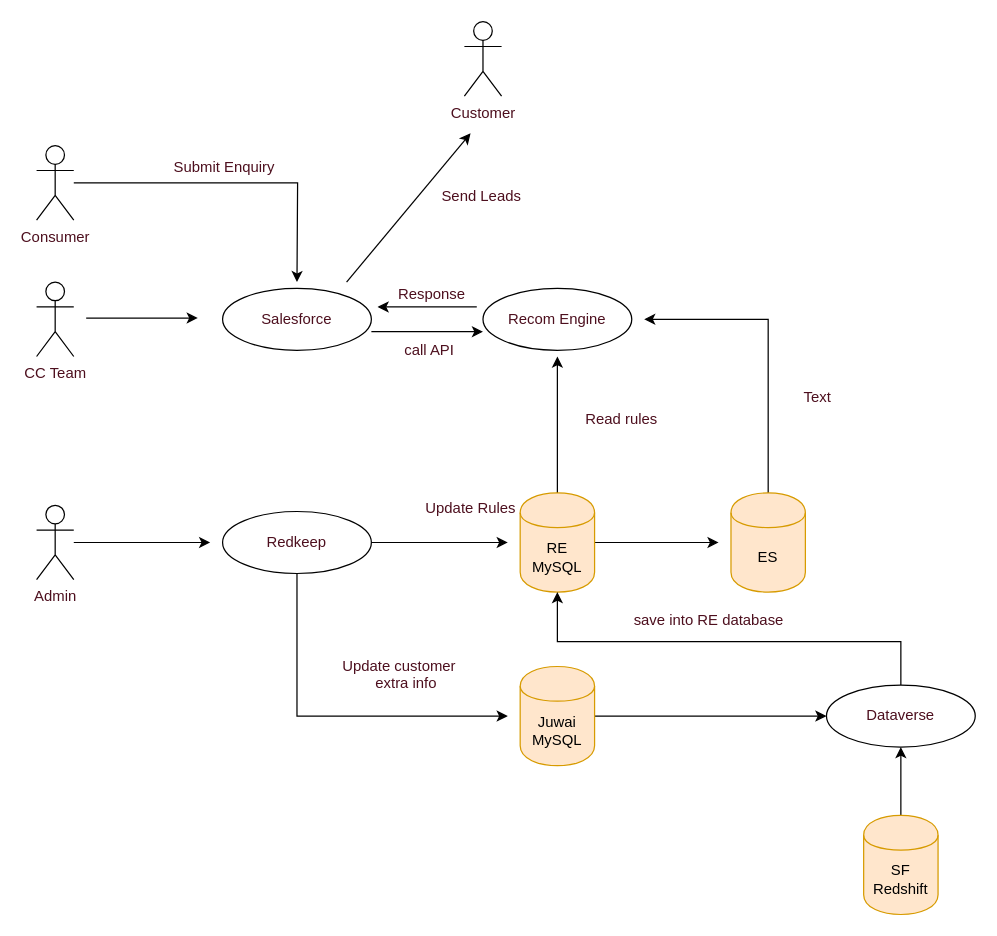
mark-juwai/asdf keeps this draw.io diagram as Untitled Diagram.drawio. Above is the earlier version. Source tidied: cells renumbered, new cells numbered last; positions are measured from the earlier drawing's top-left corner, leaving out a move shared by most shapes. Both pictures are drawn from the tidied source at 124%, with x=0, y=0 at pixel (36, 21).
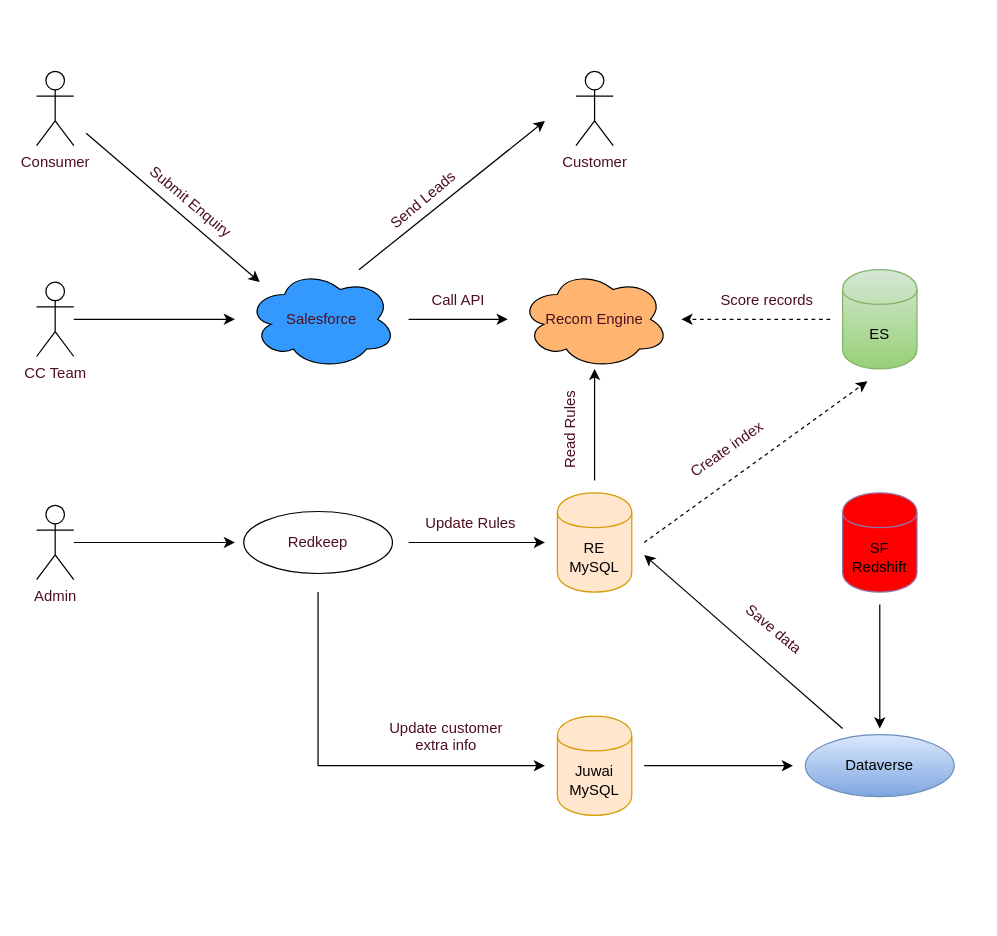
The same diagram, later.

The change refers to these unchanged cells:
```xml
<mxCell id="6" value="Admin&lt;br&gt;" style="shape=umlActor;verticalLabelPosition=bottom;labelBackgroundColor=#ffffff;verticalAlign=top;html=1;outlineConnect=0;fontColor=#4D0F1E;" parent="1" vertex="1">
  <mxGeometry y="390" width="30" height="60" as="geometry" />
</mxCell>
<mxCell id="11" value="CC Team&lt;br&gt;" style="shape=umlActor;verticalLabelPosition=bottom;labelBackgroundColor=#ffffff;verticalAlign=top;html=1;outlineConnect=0;fontColor=#4D0F1E;" parent="1" vertex="1">
  <mxGeometry y="210" width="30" height="60" as="geometry" />
</mxCell>
```

Diff of the diagram source:
```diff
@@
-    <mxCell id="2" style="edgeStyle=orthogonalEdgeStyle;rounded=0;jettySize=auto;html=1;fontColor=#4D0F1E;" parent="1" edge="1" source="4">
-      <mxGeometry relative="1" as="geometry">
-        <mxPoint x="550" y="420" as="targetPoint" />
-      </mxGeometry>
-    </mxCell>
-    <mxCell id="3" style="edgeStyle=orthogonalEdgeStyle;rounded=0;jettySize=auto;html=1;fontColor=#4D0F1E;" parent="1" edge="1" source="4">
-      <mxGeometry relative="1" as="geometry">
-        <mxPoint x="420" y="270" as="targetPoint" />
-      </mxGeometry>
-    </mxCell>
+    <mxCell id="37" style="edgeStyle=orthogonalEdgeStyle;rounded=0;orthogonalLoop=1;jettySize=auto;html=1;fontColor=#4D0F1E;" parent="1" edge="1">
+      <mxGeometry relative="1" as="geometry">
+        <mxPoint x="450" y="370" as="sourcePoint" />
+        <mxPoint x="450" y="280" as="targetPoint" />
+      </mxGeometry>
+    </mxCell>
     <mxCell id="4" value="RE&lt;br&gt;MySQL&lt;br&gt;" style="shape=cylinder;whiteSpace=wrap;html=1;boundedLbl=1;backgroundOutline=1;fillColor=#ffe6cc;strokeColor=#d79b00;" parent="1" vertex="1">
-      <mxGeometry x="390" y="380" width="60" height="80" as="geometry" />
+      <mxGeometry x="420" y="380" width="60" height="80" as="geometry" />
     </mxCell>
-    <mxCell id="5" style="edgeStyle=orthogonalEdgeStyle;rounded=0;jettySize=auto;html=1;fontColor=#4D0F1E;" parent="1" edge="1" source="6">
-      <mxGeometry relative="1" as="geometry">
-        <mxPoint x="140" y="420" as="targetPoint" />
-      </mxGeometry>
-    </mxCell>
+    <mxCell id="38" style="edgeStyle=orthogonalEdgeStyle;rounded=0;jettySize=auto;html=1;fontColor=#4D0F1E;" parent="1" edge="1" source="6">
+      <mxGeometry relative="1" as="geometry">
+        <mxPoint x="160" y="420" as="targetPoint" />
+      </mxGeometry>
+    </mxCell>
@@
-    <mxCell id="7" style="edgeStyle=orthogonalEdgeStyle;rounded=0;jettySize=auto;html=1;fontColor=#4D0F1E;" parent="1" edge="1" source="9">
+    <mxCell id="7" style="edgeStyle=orthogonalEdgeStyle;rounded=0;orthogonalLoop=1;jettySize=auto;html=1;fontColor=#4D0F1E;" parent="1" edge="1">
       <mxGeometry relative="1" as="geometry">
-        <mxPoint x="380" y="420" as="targetPoint" />
+        <mxPoint x="300" y="420" as="sourcePoint" />
+        <mxPoint x="410" y="420" as="targetPoint" />
+        <Array as="points">
+          <mxPoint x="350" y="420" />
+          <mxPoint x="350" y="420" />
+        </Array>
       </mxGeometry>
     </mxCell>
-    <mxCell id="8" style="edgeStyle=orthogonalEdgeStyle;rounded=0;jettySize=auto;html=1;exitX=0.5;exitY=1;exitDx=0;exitDy=0;fontColor=#4D0F1E;" parent="1" edge="1" source="9">
+    <mxCell id="8" style="edgeStyle=orthogonalEdgeStyle;rounded=0;orthogonalLoop=1;jettySize=auto;html=1;fontColor=#4D0F1E;" parent="1" edge="1">
       <mxGeometry relative="1" as="geometry">
-        <mxPoint x="380" y="560" as="targetPoint" />
+        <mxPoint x="227" y="460" as="sourcePoint" />
+        <mxPoint x="410" y="600" as="targetPoint" />
         <Array as="points">
-          <mxPoint x="210" y="560" />
+          <mxPoint x="227" y="600" />
         </Array>
       </mxGeometry>
     </mxCell>
     <mxCell id="9" value="Redkeep" style="ellipse;whiteSpace=wrap;html=1;fontColor=#4D0F1E;" parent="1" vertex="1">
-      <mxGeometry x="150" y="395" width="120" height="50" as="geometry" />
+      <mxGeometry x="167" y="395" width="120" height="50" as="geometry" />
     </mxCell>
-    <mxCell id="10" value="Salesforce" style="ellipse;whiteSpace=wrap;html=1;fontColor=#4D0F1E;" parent="1" vertex="1">
-      <mxGeometry x="150" y="215" width="120" height="50" as="geometry" />
-    </mxCell>
+    <mxCell id="39" style="edgeStyle=orthogonalEdgeStyle;rounded=0;orthogonalLoop=1;jettySize=auto;html=1;fontColor=#4D0F1E;" parent="1" edge="1">
+      <mxGeometry relative="1" as="geometry">
+        <mxPoint x="300" y="240" as="sourcePoint" />
+        <mxPoint x="380" y="240" as="targetPoint" />
+      </mxGeometry>
+    </mxCell>
+    <mxCell id="40" style="edgeStyle=orthogonalEdgeStyle;rounded=0;jettySize=auto;html=1;fontColor=#4D0F1E;" parent="1" edge="1" source="11">
+      <mxGeometry relative="1" as="geometry">
+        <mxPoint x="160" y="240" as="targetPoint" />
+      </mxGeometry>
+    </mxCell>
@@
-    <mxCell id="12" style="endArrow=classic;html=1;fontColor=#4D0F1E;" parent="1" edge="1">
-      <mxGeometry relative="1" as="geometry">
-        <mxPoint x="40" y="239" as="sourcePoint" />
-        <mxPoint x="130" y="239" as="targetPoint" />
-      </mxGeometry>
-    </mxCell>
-    <mxCell id="13" value="Recom Engine" style="ellipse;whiteSpace=wrap;html=1;fontColor=#4D0F1E;" parent="1" vertex="1">
-      <mxGeometry x="360" y="215" width="120" height="50" as="geometry" />
-    </mxCell>
-    <mxCell id="14" style="endArrow=classic;html=1;fontColor=#4D0F1E;" parent="1" edge="1">
-      <mxGeometry relative="1" as="geometry">
-        <mxPoint x="270" y="250" as="sourcePoint" />
-        <mxPoint x="360" y="250" as="targetPoint" />
-      </mxGeometry>
-    </mxCell>
-    <mxCell id="15" style="edgeStyle=orthogonalEdgeStyle;rounded=0;jettySize=auto;html=1;fontColor=#4D0F1E;" parent="1" edge="1" source="16">
-      <mxGeometry relative="1" as="geometry">
-        <mxPoint x="490" y="240" as="targetPoint" />
-        <Array as="points">
-          <mxPoint x="590" y="240" />
-        </Array>
-      </mxGeometry>
-    </mxCell>
+    <mxCell id="41" style="edgeStyle=orthogonalEdgeStyle;rounded=0;orthogonalLoop=1;jettySize=auto;html=1;fontColor=#4D0F1E;dashed=1;" parent="1" edge="1">
+      <mxGeometry relative="1" as="geometry">
+        <mxPoint x="640" y="240" as="sourcePoint" />
+        <mxPoint x="520" y="240" as="targetPoint" />
+      </mxGeometry>
+    </mxCell>
-    <mxCell id="16" value="ES" style="shape=cylinder;whiteSpace=wrap;html=1;boundedLbl=1;backgroundOutline=1;fillColor=#ffe6cc;strokeColor=#d79b00;" parent="1" vertex="1">
-      <mxGeometry x="560" y="380" width="60" height="80" as="geometry" />
+    <mxCell id="16" value="ES" style="shape=cylinder;whiteSpace=wrap;html=1;boundedLbl=1;backgroundOutline=1;fillColor=#d5e8d4;strokeColor=#82b366;gradientColor=#97d077;" parent="1" vertex="1">
+      <mxGeometry x="650" y="200" width="60" height="80" as="geometry" />
     </mxCell>
-    <mxCell id="17" value="call API" style="text;html=1;align=left;verticalAlign=top;spacingTop=-4;fontColor=#4D0F1E;" parent="1" vertex="1">
-      <mxGeometry x="295" y="255" width="60" height="20" as="geometry" />
+    <mxCell id="17" value="Call API" style="text;html=1;align=left;verticalAlign=top;spacingTop=-4;fontColor=#4D0F1E;" parent="1" vertex="1">
+      <mxGeometry x="317" y="215" width="60" height="20" as="geometry" />
     </mxCell>
-    <mxCell id="18" style="edgeStyle=orthogonalEdgeStyle;rounded=0;jettySize=auto;html=1;fontColor=#4D0F1E;" parent="1" edge="1" source="19" target="25">
-      <mxGeometry relative="1" as="geometry" />
+    <mxCell id="18" style="edgeStyle=orthogonalEdgeStyle;rounded=0;orthogonalLoop=1;jettySize=auto;html=1;fontColor=#4D0F1E;" parent="1" edge="1">
+      <mxGeometry relative="1" as="geometry">
+        <mxPoint x="490" y="600" as="sourcePoint" />
+        <mxPoint x="610" y="600" as="targetPoint" />
+      </mxGeometry>
     </mxCell>
     <mxCell id="19" value="Juwai&lt;br&gt;MySQL&lt;br&gt;" style="shape=cylinder;whiteSpace=wrap;html=1;boundedLbl=1;backgroundOutline=1;fillColor=#ffe6cc;strokeColor=#d79b00;" parent="1" vertex="1">
-      <mxGeometry x="390" y="520" width="60" height="80" as="geometry" />
+      <mxGeometry x="420" y="560" width="60" height="80" as="geometry" />
     </mxCell>
     <mxCell id="20" value="Update Rules" style="text;html=1;align=left;verticalAlign=top;spacingTop=-4;fontColor=#4D0F1E;" parent="1" vertex="1">
-      <mxGeometry x="312" y="383" width="90" height="20" as="geometry" />
+      <mxGeometry x="312" y="395" width="90" height="20" as="geometry" />
     </mxCell>
-    <mxCell id="21" value="Update customer&lt;br&gt;&amp;nbsp; &amp;nbsp; &amp;nbsp; &amp;nbsp; extra info" style="text;html=1;align=left;verticalAlign=top;spacingTop=-4;fontColor=#4D0F1E;rotation=0;" parent="1" vertex="1">
-      <mxGeometry x="245" y="510" width="110" height="30" as="geometry" />
+    <mxCell id="21" value="Update customer&lt;br&gt;extra info" style="text;html=1;align=center;verticalAlign=top;spacingTop=-4;fontColor=#4D0F1E;rotation=0;" parent="1" vertex="1">
+      <mxGeometry x="275" y="560" width="110" height="30" as="geometry" />
     </mxCell>
-    <mxCell id="22" style="edgeStyle=orthogonalEdgeStyle;rounded=0;jettySize=auto;html=1;fontColor=#4D0F1E;" parent="1" edge="1" source="23" target="25">
-      <mxGeometry relative="1" as="geometry" />
+    <mxCell id="22" style="edgeStyle=orthogonalEdgeStyle;rounded=0;orthogonalLoop=1;jettySize=auto;html=1;fontColor=#4D0F1E;" parent="1" edge="1">
+      <mxGeometry relative="1" as="geometry">
+        <mxPoint x="680" y="470" as="sourcePoint" />
+        <mxPoint x="680" y="570" as="targetPoint" />
+      </mxGeometry>
     </mxCell>
-    <mxCell id="23" value="SF&lt;br&gt;Redshift&lt;br&gt;" style="shape=cylinder;whiteSpace=wrap;html=1;boundedLbl=1;backgroundOutline=1;fillColor=#ffe6cc;strokeColor=#d79b00;" parent="1" vertex="1">
-      <mxGeometry x="667" y="640" width="60" height="80" as="geometry" />
+    <mxCell id="23" value="SF&lt;br&gt;Redshift&lt;br&gt;" style="shape=cylinder;whiteSpace=wrap;html=1;boundedLbl=1;backgroundOutline=1;fillColor=#FF0000;strokeColor=#9673a6;" parent="1" vertex="1">
+      <mxGeometry x="650" y="380" width="60" height="80" as="geometry" />
     </mxCell>
-    <mxCell id="24" style="edgeStyle=orthogonalEdgeStyle;rounded=0;jettySize=auto;html=1;fontColor=#4D0F1E;entryX=0.5;entryY=1;entryDx=0;entryDy=0;" parent="1" edge="1" source="25" target="4">
-      <mxGeometry relative="1" as="geometry">
-        <Array as="points">
-          <mxPoint x="697" y="500" />
-          <mxPoint x="420" y="500" />
-        </Array>
-      </mxGeometry>
-    </mxCell>
-    <mxCell id="25" value="Dataverse" style="ellipse;whiteSpace=wrap;html=1;fontColor=#4D0F1E;" parent="1" vertex="1">
-      <mxGeometry x="637" y="535" width="120" height="50" as="geometry" />
+    <mxCell id="25" value="Dataverse" style="ellipse;whiteSpace=wrap;html=1;gradientColor=#7ea6e0;fillColor=#dae8fc;strokeColor=#6c8ebf;" parent="1" vertex="1">
+      <mxGeometry x="620" y="575" width="120" height="50" as="geometry" />
     </mxCell>
-    <mxCell id="26" value="save into RE database" style="text;html=1;align=left;verticalAlign=top;spacingTop=-4;fontColor=#4D0F1E;" parent="1" vertex="1">
-      <mxGeometry x="480" y="473" width="140" height="20" as="geometry" />
+    <mxCell id="26" value="Save data&lt;br&gt;" style="text;html=1;align=center;verticalAlign=top;spacingTop=-4;fontColor=#4D0F1E;rotation=40;" parent="1" vertex="1">
+      <mxGeometry x="560" y="480" width="70" height="20" as="geometry" />
     </mxCell>
-    <mxCell id="27" style="endArrow=classic;html=1;fontColor=#4D0F1E;" parent="1" edge="1">
-      <mxGeometry relative="1" as="geometry">
-        <mxPoint x="355" y="230" as="sourcePoint" />
-        <mxPoint x="275" y="230" as="targetPoint" />
-      </mxGeometry>
-    </mxCell>
-    <mxCell id="28" value="Response" style="text;html=1;align=left;verticalAlign=top;spacingTop=-4;fontColor=#4D0F1E;" parent="1" vertex="1">
-      <mxGeometry x="290" y="210" width="70" height="20" as="geometry" />
-    </mxCell>
-    <mxCell id="29" style="edgeStyle=orthogonalEdgeStyle;rounded=0;jettySize=auto;html=1;fontColor=#4D0F1E;" parent="1" edge="1" source="30">
-      <mxGeometry relative="1" as="geometry">
-        <mxPoint x="210" y="210" as="targetPoint" />
-      </mxGeometry>
-    </mxCell>
     <mxCell id="30" value="Consumer&lt;br&gt;" style="shape=umlActor;verticalLabelPosition=bottom;labelBackgroundColor=#ffffff;verticalAlign=top;html=1;outlineConnect=0;fontColor=#4D0F1E;" parent="1" vertex="1">
-      <mxGeometry y="100" width="30" height="60" as="geometry" />
+      <mxGeometry y="40" width="30" height="60" as="geometry" />
     </mxCell>
     <mxCell id="31" value="Customer&lt;br&gt;" style="shape=umlActor;verticalLabelPosition=bottom;labelBackgroundColor=#ffffff;verticalAlign=top;html=1;fontColor=#4D0F1E;" parent="1" vertex="1">
-      <mxGeometry x="345" width="30" height="60" as="geometry" />
+      <mxGeometry x="435" y="40" width="30" height="60" as="geometry" />
     </mxCell>
-    <mxCell id="32" value="Submit Enquiry" style="text;html=1;align=left;verticalAlign=top;spacingTop=-4;fontColor=#4D0F1E;" parent="1" vertex="1">
-      <mxGeometry x="109" y="108" width="100" height="20" as="geometry" />
+    <mxCell id="32" value="Submit Enquiry" style="text;html=1;align=left;verticalAlign=top;spacingTop=-4;fontColor=#4D0F1E;rotation=40;" parent="1" vertex="1">
+      <mxGeometry x="80" y="140" width="100" height="20" as="geometry" />
     </mxCell>
     <mxCell id="33" style="endArrow=classic;html=1;fontColor=#4D0F1E;" parent="1" edge="1">
       <mxGeometry relative="1" as="geometry">
-        <mxPoint x="250" y="210" as="sourcePoint" />
-        <mxPoint x="350" y="90" as="targetPoint" />
+        <mxPoint x="260" y="200" as="sourcePoint" />
+        <mxPoint x="410" y="80" as="targetPoint" />
       </mxGeometry>
     </mxCell>
-    <mxCell id="34" value="Send Leads" style="text;html=1;align=left;verticalAlign=top;spacingTop=-4;fontColor=#4D0F1E;" parent="1" vertex="1">
-      <mxGeometry x="325" y="131" width="80" height="20" as="geometry" />
+    <mxCell id="34" value="Send Leads" style="text;html=1;align=left;verticalAlign=top;spacingTop=-4;fontColor=#4D0F1E;rotation=-40;" parent="1" vertex="1">
+      <mxGeometry x="277" y="130" width="80" height="20" as="geometry" />
     </mxCell>
-    <mxCell id="35" value="Read rules" style="text;html=1;align=left;verticalAlign=top;spacingTop=-4;fontColor=#4D0F1E;" parent="1" vertex="1">
-      <mxGeometry x="441" y="311" width="70" height="20" as="geometry" />
+    <mxCell id="35" value="Read Rules" style="text;html=1;align=left;verticalAlign=top;spacingTop=-4;fontColor=#4D0F1E;rotation=-90;" parent="1" vertex="1">
+      <mxGeometry x="390" y="312.5" width="80" height="20" as="geometry" />
     </mxCell>
-    <mxCell id="36" value="Text" style="text;html=1;align=left;verticalAlign=top;spacingTop=-4;fontColor=#4D0F1E;" parent="1" vertex="1">
-      <mxGeometry x="617" y="293" width="40" height="20" as="geometry" />
-    </mxCell>
+    <mxCell id="42" value="Score records" style="text;html=1;align=left;verticalAlign=top;spacingTop=-4;fontColor=#4D0F1E;" parent="1" vertex="1">
+      <mxGeometry x="550" y="215" width="90" height="20" as="geometry" />
+    </mxCell>
+    <mxCell id="13" value="Recom Engine" style="ellipse;shape=cloud;whiteSpace=wrap;html=1;fontColor=#4D0F1E;align=center;fillColor=#FFB570;" parent="1" vertex="1">
+      <mxGeometry x="390" y="200" width="120" height="80" as="geometry" />
+    </mxCell>
+    <mxCell id="43" style="endArrow=classic;html=1;fontColor=#4D0F1E;dashed=1;" parent="1" edge="1">
+      <mxGeometry relative="1" as="geometry">
+        <mxPoint x="490" y="420" as="sourcePoint" />
+        <mxPoint x="670" y="290" as="targetPoint" />
+      </mxGeometry>
+    </mxCell>
+    <mxCell id="44" value="Create index" style="text;html=1;align=left;verticalAlign=top;spacingTop=-4;fontColor=#4D0F1E;rotation=-35;" parent="1" vertex="1">
+      <mxGeometry x="520" y="332.5" width="80" height="20" as="geometry" />
+    </mxCell>
+    <mxCell id="45" style="endArrow=classic;html=1;fontColor=#4D0F1E;" parent="1" edge="1">
+      <mxGeometry relative="1" as="geometry">
+        <mxPoint x="650" y="570" as="sourcePoint" />
+        <mxPoint x="490" y="430" as="targetPoint" />
+      </mxGeometry>
+    </mxCell>
+    <mxCell id="46" style="endArrow=classic;html=1;fontColor=#4D0F1E;" parent="1" edge="1">
+      <mxGeometry relative="1" as="geometry">
+        <mxPoint x="40" y="90" as="sourcePoint" />
+        <mxPoint x="180" y="210" as="targetPoint" />
+      </mxGeometry>
+    </mxCell>
+    <mxCell id="10" value="Salesforce" style="ellipse;shape=cloud;whiteSpace=wrap;html=1;fontColor=#4D0F1E;align=center;fillColor=#3399FF;" parent="1" vertex="1">
+      <mxGeometry x="170" y="200" width="120" height="80" as="geometry" />
+    </mxCell>
```
